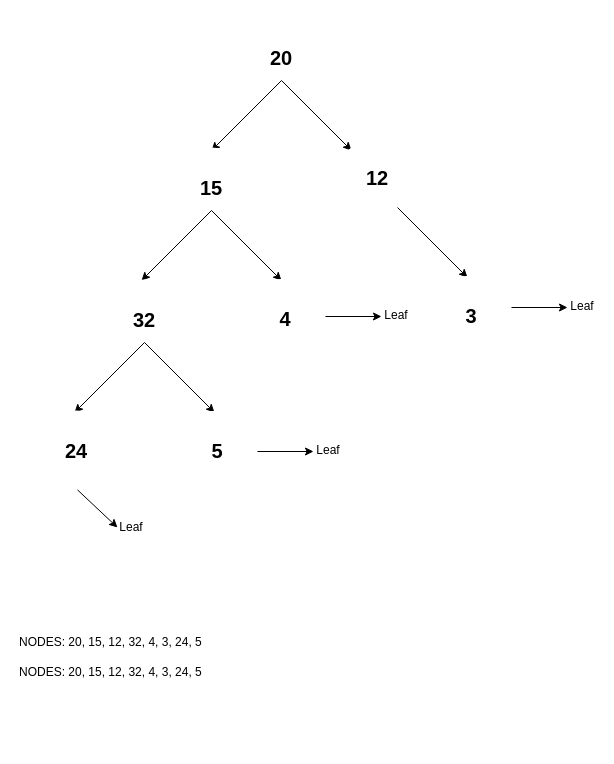
The draw.io diagram Untitled Diagram.drawio in KamcyAhaka/cse212-coursework, before the edit. Source tidied: cells renumbered, new cells numbered last; positions are measured from the earlier drawing's top-left corner, leaving out a move shared by most shapes. Both pictures are drawn from the tidied source at 100%, with x=0, y=0 at pixel (17, 17).
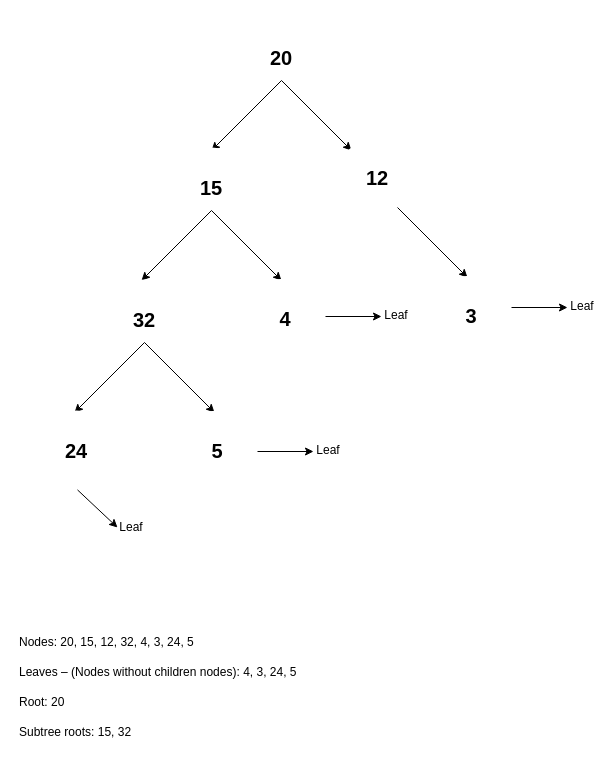
After the change.

Commit message:
feat: complete Binary Search Tree diagram

Change to the diagram source:
```diff
@@
-    <mxCell id="25" value="NODES: 20, 15, 12, 32, 4, 3, 24, 5" style="text;html=1;whiteSpace=wrap;strokeColor=none;fillColor=none;align=left;verticalAlign=middle;rounded=0;" parent="1" vertex="1">
+    <mxCell id="25" value="Nodes: 20, 15, 12, 32, 4, 3, 24, 5" style="text;html=1;whiteSpace=wrap;strokeColor=none;fillColor=none;align=left;verticalAlign=middle;rounded=0;" parent="1" vertex="1">
       <mxGeometry y="610" width="190" height="30" as="geometry" />
     </mxCell>
-    <mxCell id="26" value="NODES: 20, 15, 12, 32, 4, 3, 24, 5" style="text;html=1;whiteSpace=wrap;strokeColor=none;fillColor=none;align=left;verticalAlign=middle;rounded=0;" parent="1" vertex="1">
-      <mxGeometry y="640" width="190" height="30" as="geometry" />
+    <mxCell id="26" value="Leaves – (Nodes without children nodes): 4, 3, 24, 5" style="text;html=1;whiteSpace=wrap;strokeColor=none;fillColor=none;align=left;verticalAlign=middle;rounded=0;" parent="1" vertex="1">
+      <mxGeometry y="640" width="290" height="30" as="geometry" />
     </mxCell>
+    <mxCell id="27" value="Root: 20" style="text;html=1;whiteSpace=wrap;strokeColor=none;fillColor=none;align=left;verticalAlign=middle;rounded=0;" parent="1" vertex="1">
+      <mxGeometry y="670" width="290" height="30" as="geometry" />
+    </mxCell>
+    <mxCell id="28" value="Subtree roots: 15, 32" style="text;html=1;whiteSpace=wrap;strokeColor=none;fillColor=none;align=left;verticalAlign=middle;rounded=0;" parent="1" vertex="1">
+      <mxGeometry y="700" width="290" height="30" as="geometry" />
+    </mxCell>
```
